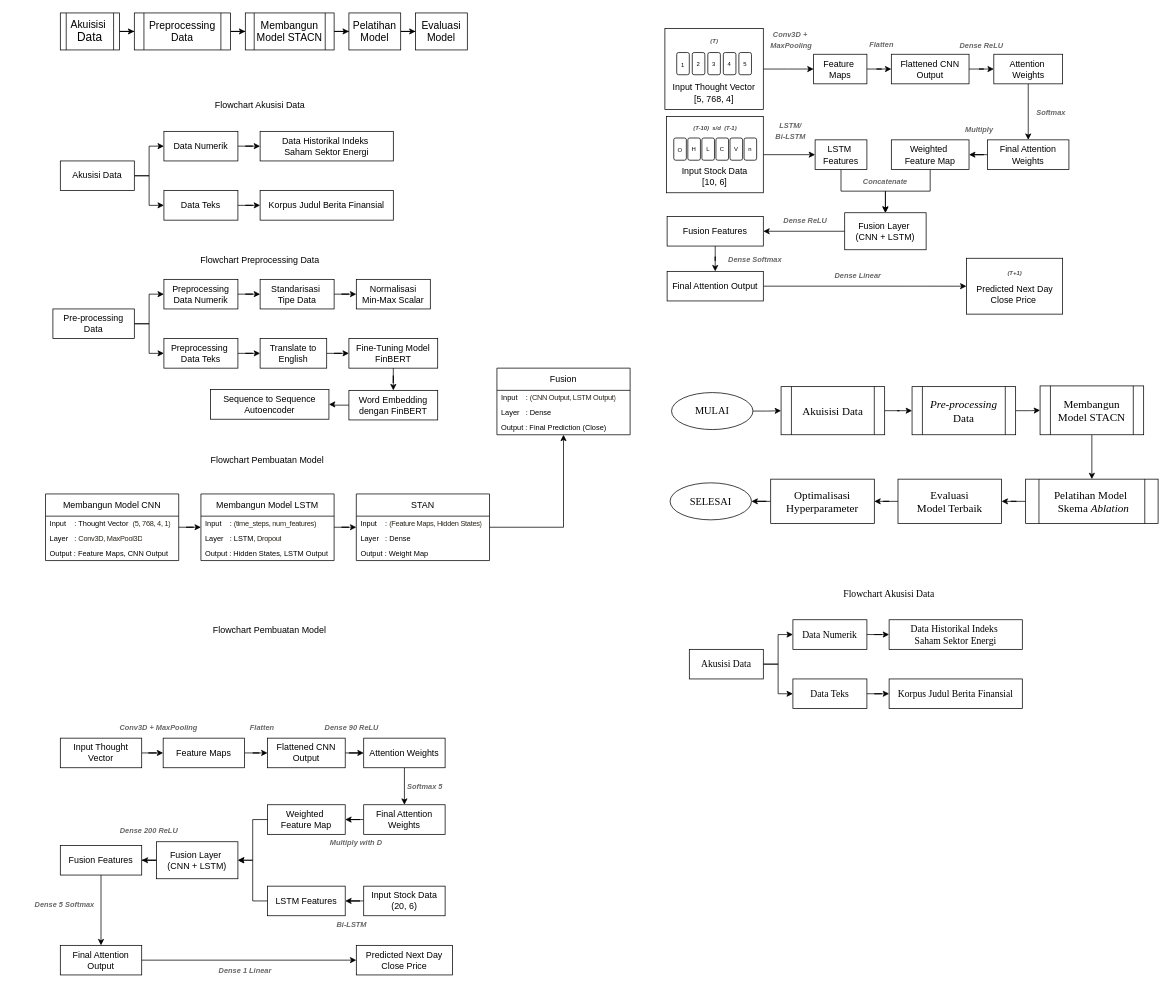
Earlier version of the draw.io diagram Untitled Diagram.drawio (novitangrn/STACN). Source tidied: cells renumbered, new cells numbered last; positions are measured from the earlier drawing's top-left corner, leaving out a move shared by most shapes. Both pictures are drawn from the tidied source at 74%, with x=0, y=0 at pixel (13, 13).
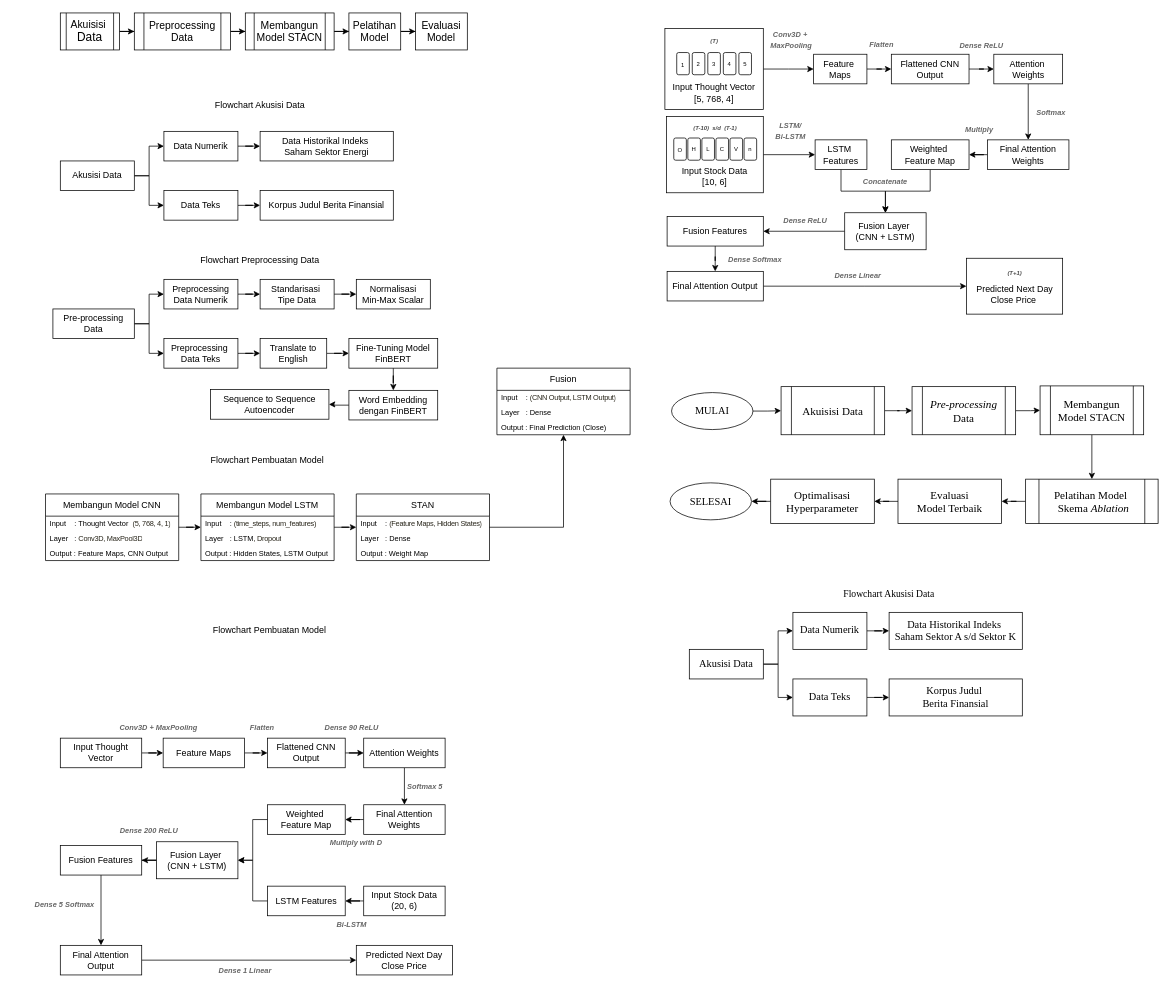
Above is the later version.

Change to the diagram source:
```diff
@@
-    <mxCell id="158" style="edgeStyle=orthogonalEdgeStyle;rounded=0;jettySize=auto;html=1;entryX=0;entryY=0.5;entryDx=0;entryDy=0;fontFamily=Times New Roman;fontSize=13;" parent="1" edge="1" source="160" target="162">
+    <mxCell id="158" style="edgeStyle=orthogonalEdgeStyle;rounded=0;jettySize=auto;html=1;entryX=0;entryY=0.5;entryDx=0;entryDy=0;fontFamily=Times New Roman;fontSize=14;" parent="1" edge="1" source="160" target="162">
       <mxGeometry relative="1" as="geometry" />
     </mxCell>
-    <mxCell id="159" style="edgeStyle=orthogonalEdgeStyle;rounded=0;jettySize=auto;html=1;fontFamily=Times New Roman;fontSize=13;" parent="1" edge="1" source="160" target="164">
+    <mxCell id="159" style="edgeStyle=orthogonalEdgeStyle;rounded=0;jettySize=auto;html=1;fontFamily=Times New Roman;fontSize=14;" parent="1" edge="1" source="160" target="164">
       <mxGeometry relative="1" as="geometry" />
     </mxCell>
-    <mxCell id="160" value="Akusisi Data" style="rounded=0;whiteSpace=wrap;html=1;fontFamily=Times New Roman;fontSize=13;" parent="1" vertex="1">
+    <mxCell id="160" value="Akusisi Data" style="rounded=0;whiteSpace=wrap;html=1;fontFamily=Times New Roman;fontSize=14;" parent="1" vertex="1">
       <mxGeometry x="914" y="860" width="100" height="40" as="geometry" />
     </mxCell>
-    <mxCell id="161" style="edgeStyle=orthogonalEdgeStyle;rounded=0;jettySize=auto;html=1;fontFamily=Times New Roman;fontSize=13;" parent="1" edge="1" source="162" target="165">
+    <mxCell id="161" style="edgeStyle=orthogonalEdgeStyle;rounded=0;jettySize=auto;html=1;fontFamily=Times New Roman;fontSize=14;" parent="1" edge="1" source="162" target="165">
       <mxGeometry relative="1" as="geometry" />
     </mxCell>
-    <mxCell id="162" value="Data Numerik" style="rounded=0;whiteSpace=wrap;html=1;fontFamily=Times New Roman;fontSize=13;" parent="1" vertex="1">
-      <mxGeometry x="1054" y="820" width="100" height="40" as="geometry" />
+    <mxCell id="162" value="Data Numerik" style="rounded=0;whiteSpace=wrap;html=1;fontFamily=Times New Roman;fontSize=14;" parent="1" vertex="1">
+      <mxGeometry x="1054" y="810" width="100" height="50" as="geometry" />
     </mxCell>
-    <mxCell id="163" style="edgeStyle=orthogonalEdgeStyle;rounded=0;jettySize=auto;html=1;fontFamily=Times New Roman;fontSize=13;" parent="1" edge="1" source="164" target="166">
+    <mxCell id="163" style="edgeStyle=orthogonalEdgeStyle;rounded=0;jettySize=auto;html=1;fontFamily=Times New Roman;fontSize=14;" parent="1" edge="1" source="164" target="166">
       <mxGeometry relative="1" as="geometry" />
     </mxCell>
-    <mxCell id="164" value="Data Teks" style="rounded=0;whiteSpace=wrap;html=1;fontFamily=Times New Roman;fontSize=13;" parent="1" vertex="1">
-      <mxGeometry x="1054" y="900" width="100" height="40" as="geometry" />
+    <mxCell id="164" value="Data Teks" style="rounded=0;whiteSpace=wrap;html=1;fontFamily=Times New Roman;fontSize=14;" parent="1" vertex="1">
+      <mxGeometry x="1054" y="900" width="100" height="50" as="geometry" />
     </mxCell>
-    <mxCell id="165" value="Data Historikal Indeks&amp;nbsp;&lt;div&gt;Saham Sektor Energi&lt;/div&gt;" style="rounded=0;whiteSpace=wrap;html=1;fontFamily=Times New Roman;fontSize=13;" parent="1" vertex="1">
-      <mxGeometry x="1184" y="820" width="180" height="40" as="geometry" />
+    <mxCell id="165" value="Data Historikal Indeks&amp;nbsp;&lt;div&gt;Saham Sektor A s/d Sektor K&lt;/div&gt;" style="rounded=0;whiteSpace=wrap;html=1;fontFamily=Times New Roman;fontSize=14;" parent="1" vertex="1">
+      <mxGeometry x="1184" y="810" width="180" height="50" as="geometry" />
     </mxCell>
-    <mxCell id="166" value="Korpus Judul Berita Finansial" style="rounded=0;whiteSpace=wrap;html=1;fontFamily=Times New Roman;fontSize=13;" parent="1" vertex="1">
-      <mxGeometry x="1184" y="900" width="180" height="40" as="geometry" />
+    <mxCell id="166" value="Korpus Judul&amp;nbsp;&lt;div&gt;Berita Finansial&lt;/div&gt;" style="rounded=0;whiteSpace=wrap;html=1;fontFamily=Times New Roman;fontSize=14;" parent="1" vertex="1">
+      <mxGeometry x="1184" y="900" width="180" height="50" as="geometry" />
     </mxCell>
```
